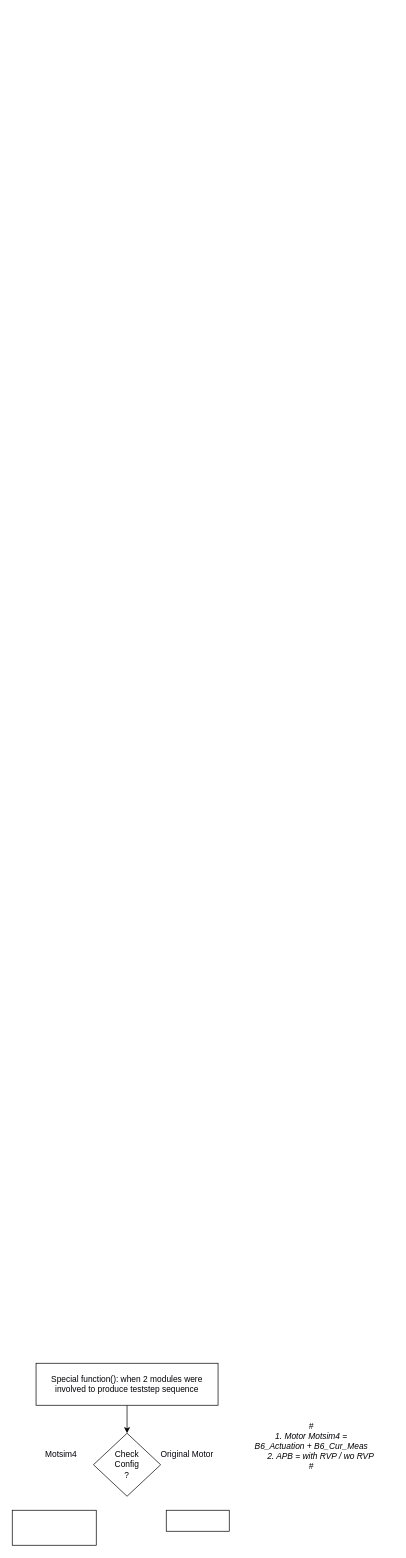
Earlier version of the draw.io diagram page "Page-2" (2 of 2) of Untitled Diagram.drawio (Manideep22/STT). Source tidied: cells renumbered, new cells numbered last; positions are measured from the earlier drawing's top-left corner, leaving out a move shared by most shapes. Both pictures are drawn from the tidied source at 70%, with x=0, y=0 at pixel (12, 1363).
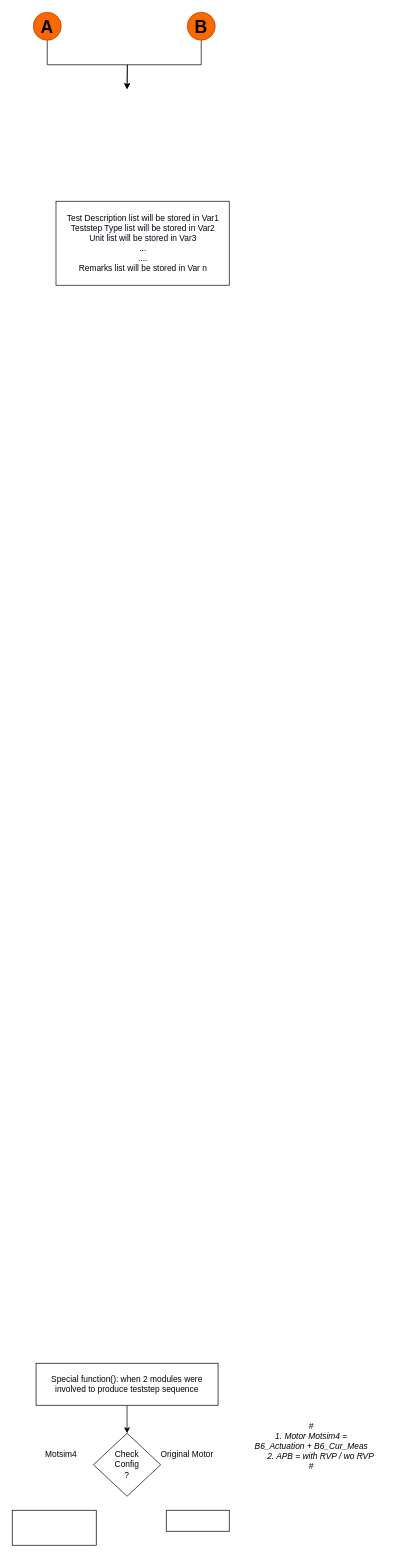
After the change.

Change to the diagram source:
```diff
@@
 <mxGraphModel>
   <root>
     <mxCell id="0" />
     <mxCell id="1" parent="0" />
     <mxCell id="2" style="edgeStyle=orthogonalEdgeStyle;rounded=0;jettySize=auto;html=1;exitX=0.5;exitY=1;exitDx=0;exitDy=0;entryX=0.5;entryY=0;entryDx=0;entryDy=0;fontColor=#000005;" parent="1" edge="1" source="3" target="6">
       <mxGeometry relative="1" as="geometry" />
     </mxCell>
     <mxCell id="3" value="&lt;div&gt;&lt;br&gt;&lt;/div&gt;&lt;div&gt;Special function(): when 2 modules were involved to produce teststep sequence &lt;/div&gt;&lt;div&gt;&lt;br&gt;&lt;/div&gt;" style="rounded=0;whiteSpace=wrap;html=1;fontColor=#000005;" parent="1" vertex="1">
       <mxGeometry x="34" width="260" height="60" as="geometry" />
     </mxCell>
     <mxCell id="4" value="&lt;div&gt;# &lt;br&gt;&lt;/div&gt;&lt;div&gt;1. Motor Motsim4 = &lt;br&gt;&lt;/div&gt;&lt;div&gt;B6_Actuation + B6_Cur_Meas&lt;/div&gt;&lt;div&gt;&amp;nbsp;&amp;nbsp;&amp;nbsp;&amp;nbsp;&amp;nbsp;&amp;nbsp;&amp;nbsp; 2. APB = with RVP / wo RVP&lt;/div&gt;&lt;div&gt; #&lt;/div&gt;" style="text;html=1;strokeColor=none;fillColor=none;align=center;verticalAlign=middle;whiteSpace=wrap;rounded=0;fontColor=#000005;fontStyle=2;" parent="1" vertex="1">
       <mxGeometry x="310" y="70" width="235" height="97" as="geometry" />
     </mxCell>
     <mxCell id="5" style="rounded=0;whiteSpace=wrap;html=1;fontColor=#000005;" parent="1" vertex="1">
       <mxGeometry y="210" width="120" height="50" as="geometry" />
     </mxCell>
     <mxCell id="6" value="&lt;div&gt;Check &lt;br&gt;&lt;/div&gt;&lt;div&gt;Config&lt;/div&gt;&lt;div&gt;?&lt;br&gt;&lt;/div&gt;" style="rhombus;whiteSpace=wrap;html=1;fontColor=#000005;" parent="1" vertex="1">
       <mxGeometry x="116" y="100" width="96" height="90" as="geometry" />
     </mxCell>
     <mxCell id="7" style="rounded=0;whiteSpace=wrap;html=1;fontColor=#000005;" parent="1" vertex="1">
       <mxGeometry x="220" y="210" width="90" height="30" as="geometry" />
     </mxCell>
     <mxCell id="8" value="&lt;font color=&quot;#03030D&quot;&gt;Original Motor&lt;/font&gt;" style="text;html=1;strokeColor=none;fillColor=none;align=center;verticalAlign=middle;whiteSpace=wrap;overflow=hidden;labelBackgroundColor=none;fontColor=#3333FF;" parent="1" vertex="1">
       <mxGeometry x="210" y="120" width="80" height="20" as="geometry" />
     </mxCell>
     <mxCell id="9" value="&lt;font color=&quot;#02020A&quot;&gt;Motsim4&lt;/font&gt;" style="text;html=1;strokeColor=none;fillColor=none;align=center;verticalAlign=middle;whiteSpace=wrap;overflow=hidden;labelBackgroundColor=none;fontColor=#3333FF;" parent="1" vertex="1">
       <mxGeometry x="30" y="120" width="80" height="20" as="geometry" />
     </mxCell>
+    <mxCell id="10" style="edgeStyle=orthogonalEdgeStyle;rounded=0;jettySize=auto;html=1;exitX=0.5;exitY=1;exitDx=0;exitDy=0;entryX=0.5;entryY=0;entryDx=0;entryDy=0;fontSize=11;fontColor=#03030D;" parent="1" edge="1" source="11">
+      <mxGeometry relative="1" as="geometry">
+        <mxPoint x="164" y="-1820" as="targetPoint" />
+      </mxGeometry>
+    </mxCell>
+    <mxCell id="11" value="A" style="ellipse;whiteSpace=wrap;html=1;labelBackgroundColor=none;fontColor=#000000;strokeColor=#C73500;fillColor=#fa6800;fontStyle=1;fontSize=25;" parent="1" vertex="1">
+      <mxGeometry x="30" y="-1930" width="40" height="40" as="geometry" />
+    </mxCell>
+    <mxCell id="12" style="edgeStyle=orthogonalEdgeStyle;rounded=0;jettySize=auto;html=1;exitX=0.5;exitY=1;exitDx=0;exitDy=0;entryX=0.5;entryY=0;entryDx=0;entryDy=0;fontSize=11;fontColor=#03030D;" parent="1" edge="1" source="13">
+      <mxGeometry relative="1" as="geometry">
+        <mxPoint x="164" y="-1820" as="targetPoint" />
+      </mxGeometry>
+    </mxCell>
+    <mxCell id="13" value="B" style="ellipse;whiteSpace=wrap;html=1;labelBackgroundColor=none;fontColor=#000000;strokeColor=#C73500;fillColor=#fa6800;fontStyle=1;fontSize=25;" parent="1" vertex="1">
+      <mxGeometry x="250" y="-1930" width="40" height="40" as="geometry" />
+    </mxCell>
+    <mxCell id="14" value="&lt;div&gt;&lt;br&gt;&lt;/div&gt;&lt;div&gt;&lt;br&gt;&lt;/div&gt;&lt;div&gt;&lt;br&gt;&lt;/div&gt;&lt;div&gt;Test Description list will be stored in Var1&lt;/div&gt;&lt;div&gt;&lt;div&gt;Teststep Type list will be stored in Var2&lt;br&gt;&lt;div&gt;Unit list will be stored in Var3&lt;br&gt;...&lt;/div&gt;&lt;div&gt;....&lt;/div&gt;&lt;div&gt;Remarks list will be stored in Var n&lt;div&gt;&lt;br&gt;&lt;br&gt;&lt;/div&gt;&lt;/div&gt;&lt;/div&gt;&lt;/div&gt;&lt;div&gt;&lt;br&gt;&lt;/div&gt;" style="rounded=0;whiteSpace=wrap;html=1;labelBackgroundColor=none;fontColor=#03030D;strokeColor=#0A0900;" parent="1" vertex="1">
+      <mxGeometry x="62.5" y="-1660" width="247.5" height="120" as="geometry" />
+    </mxCell>
   </root>
 </mxGraphModel>
```
